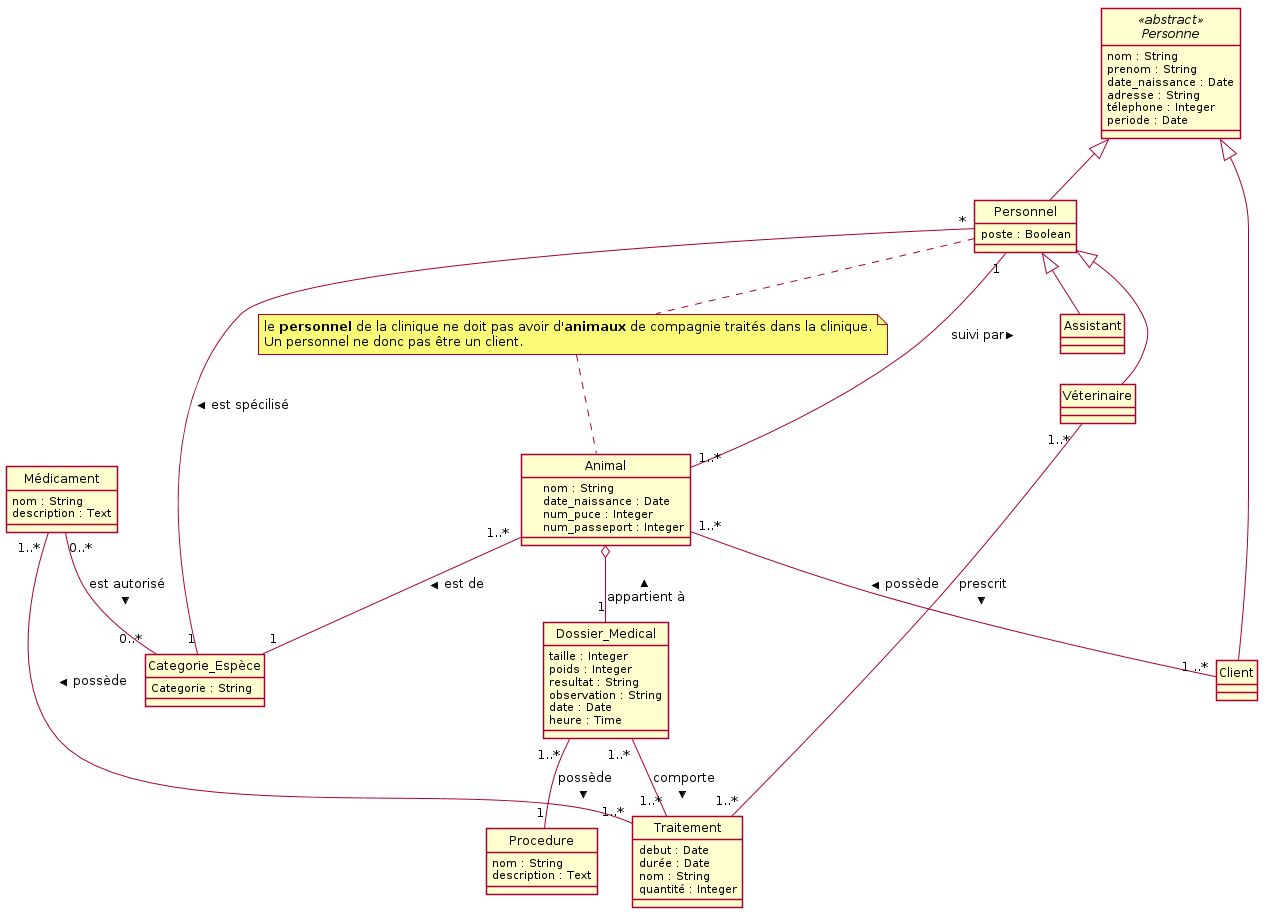
Before: uml.png, a diagram exported from PlantUML (eddymonji/Clinique_Veterinaire).
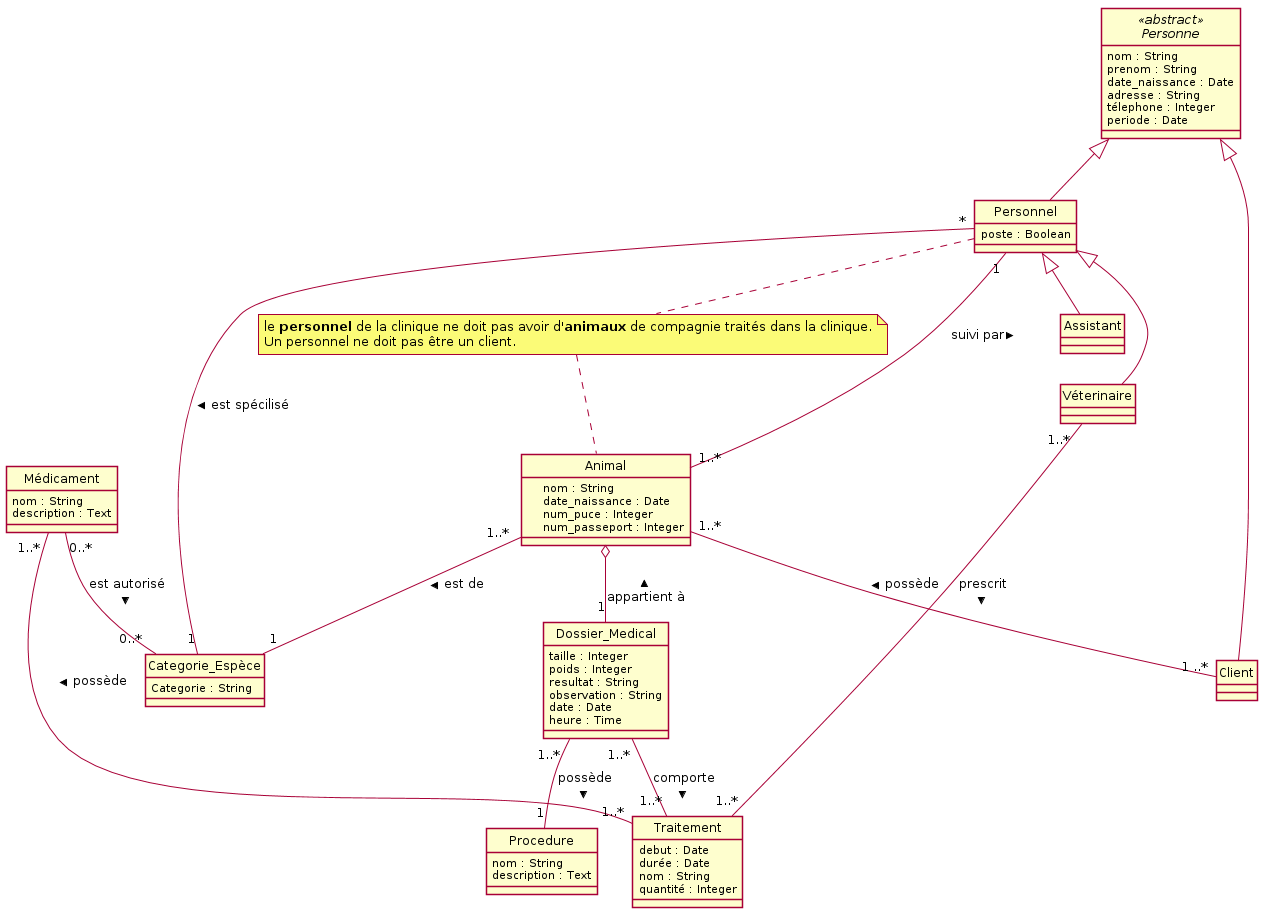
The same diagram one commit later.

Commit message:
Faute d'orthographe "donc" "doit"

The edit, as a diff of the source:
```diff
@@ -80,7 +80,7 @@
 Médicament "1..* " -- "1..*" Traitement : < possède
 Médicament "0..* " -- "0..*" Categorie_Espèce : est autorisé >
 
-note "le <b>personnel</b> de la clinique ne doit pas avoir d'<b>animaux</b> de compagnie traités dans la clinique.\nUn personnel ne donc pas être un client." as N1
+note "le <b>personnel</b> de la clinique ne doit pas avoir d'<b>animaux</b> de compagnie traités dans la clinique.\nUn personnel ne doit pas être un client." as N1
 Personnel .. N1
 N1 .. Animal
 
```
